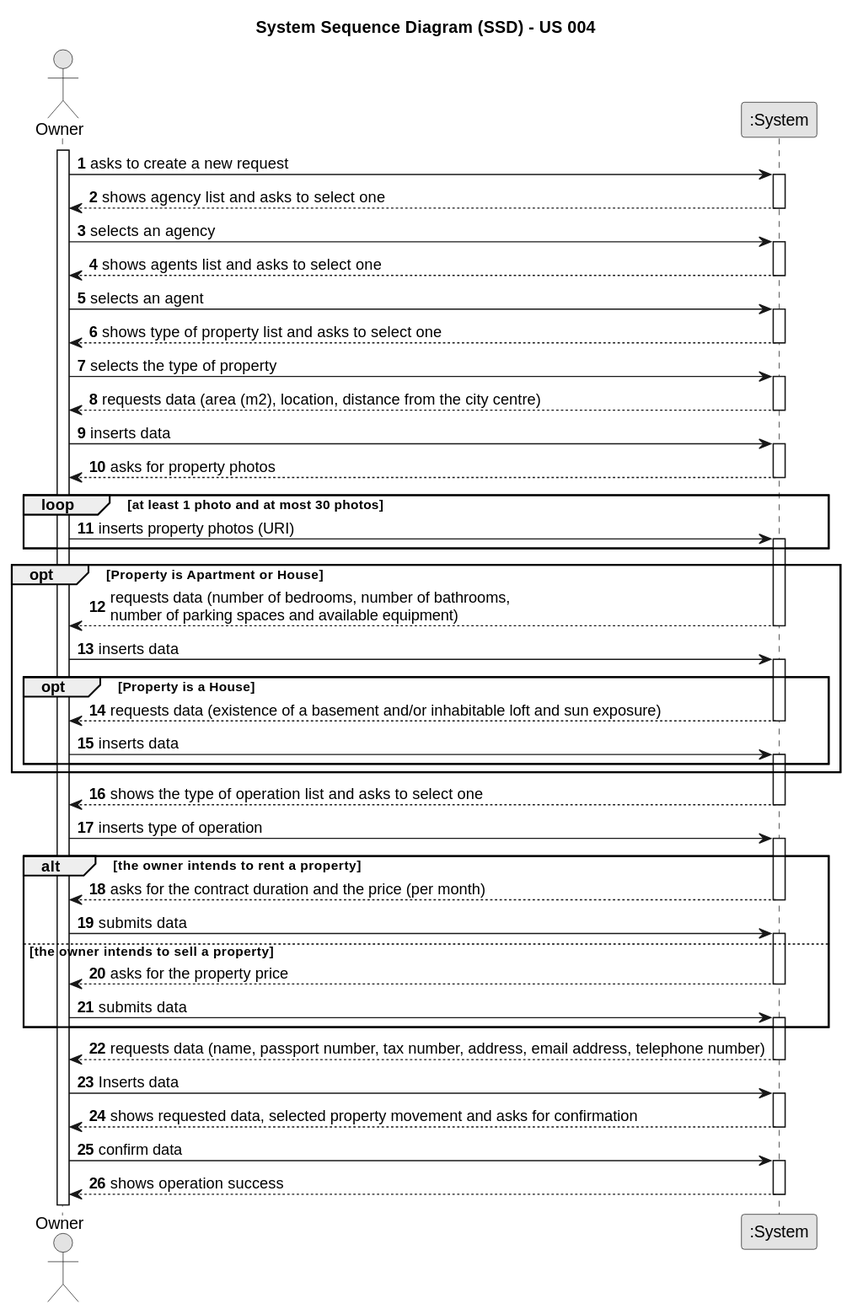
Earlier version of the PlantUML export docs/sprintB/us004/01.requirements-engineering/svg/us004-system-sequence-diagram.svg (1220812/LAPR2). The source it was exported from:
```plantuml
@startuml
skinparam monochrome true
skinparam packageStyle rectangle
skinparam shadowing false

title System Sequence Diagram (SSD) - US 004

autonumber

actor "Owner" as Owner
participant ":System" as System

activate Owner

    Owner -> System : asks to create a new request
    activate System

        System --> Owner : shows agency list and asks to select one
    deactivate System

    Owner -> System : selects an agency
    activate System

        System --> Owner : shows agents list and asks to select one
    deactivate System

    Owner -> System : selects an agent
    activate System


        System --> Owner : shows type of property list and asks to select one
    deactivate System

    Owner -> System : selects the type of property

        activate System

        System --> Owner : requests data (area (m2), location, distance from the city centre)

    deactivate System

    Owner -> System : inserts data

    activate System

    System --> Owner : asks for property photos
    deactivate System

    loop at least 1 photo and at most 30 photos

    Owner -> System : inserts property photos (URI)
    activate System

    end
   activate System

    opt Property is Apartment or House

        System --> Owner : requests data (number of bedrooms, number of bathrooms, \nnumber of parking spaces and available equipment)

    deactivate System

    Owner -> System : inserts data
    activate System

    opt Property is a House

         System --> Owner : requests data (existence of a basement and/or inhabitable loft and sun exposure)
    deactivate System

    Owner -> System : inserts data
    activate System

    end

    end

    System --> Owner : shows the type of operation list and asks to select one
    deactivate System

    Owner -> System : inserts type of operation

    alt the owner intends to rent a property
    activate System

    System --> Owner : asks for the contract duration and the price (per month)
    deactivate System

    Owner -> System : submits data
    activate System

    else the owner intends to sell a property
    System --> Owner : asks for the property price

    deactivate System

    Owner -> System : submits data
    activate System

    end

          System --> Owner : requests data (name, passport number, tax number, address, email address, telephone number)
    deactivate System

    Owner -> System : Inserts data
    activate System

           System --> Owner : shows requested data, selected property movement and asks for confirmation

    deactivate System

    Owner -> System : confirm data
    activate System

            System --> Owner : shows operation success
    deactivate System
@enduml
```
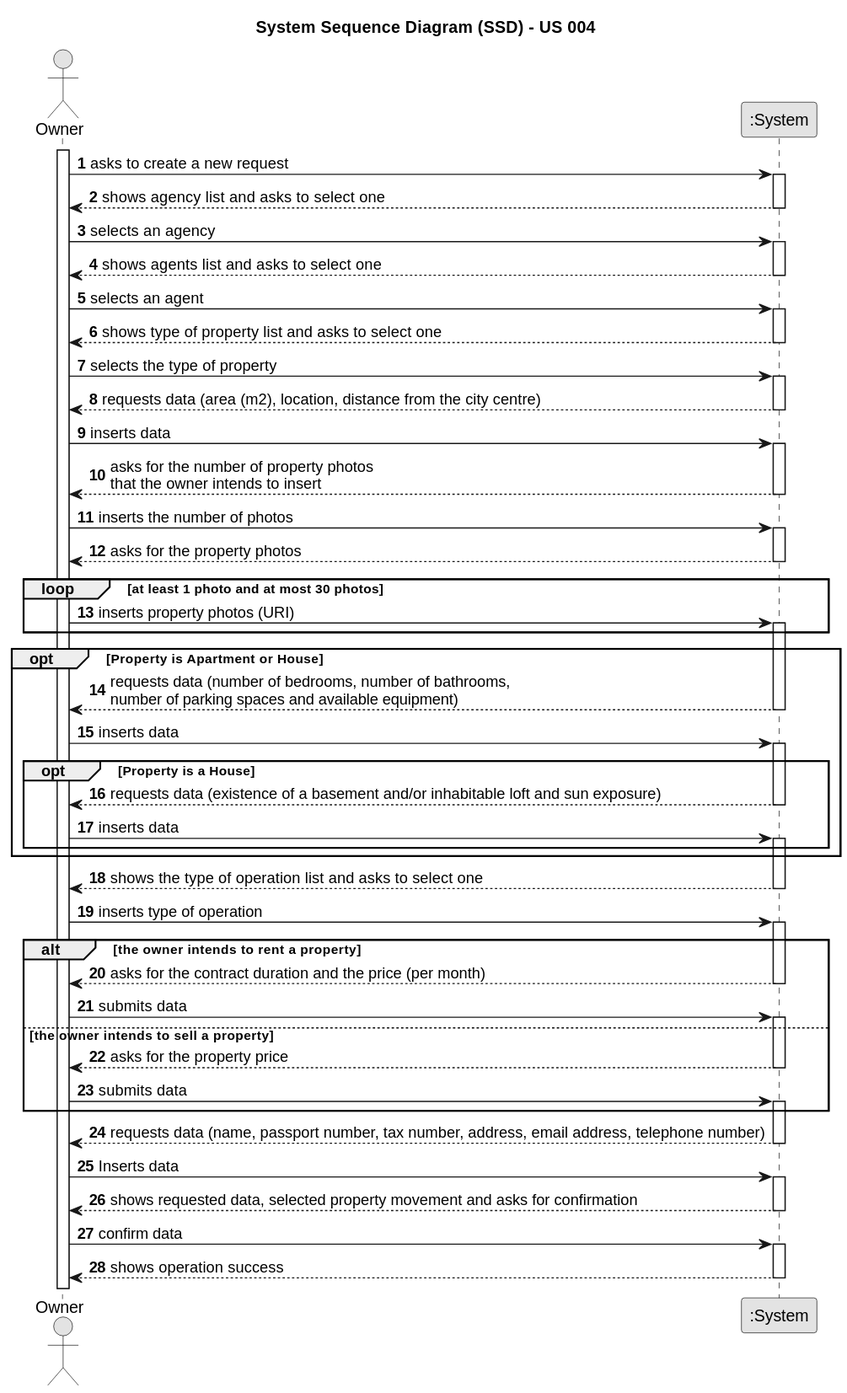
After the change.

Commit message:
Little fixes in the Sequence diagram and the SSD - US 004

Diff of the diagram source:
```diff
@@ -43,9 +43,17 @@
 
     activate System
 
-    System --> Owner : asks for property photos
+    System --> Owner : asks for the number of property photos \nthat the owner intends to insert
+
     deactivate System
 
+    Owner -> System : inserts the number of photos
+
+    activate System
+
+    System --> Owner : asks for the property photos
+
+    deactivate System
     loop at least 1 photo and at most 30 photos
 
     Owner -> System : inserts property photos (URI)
```
